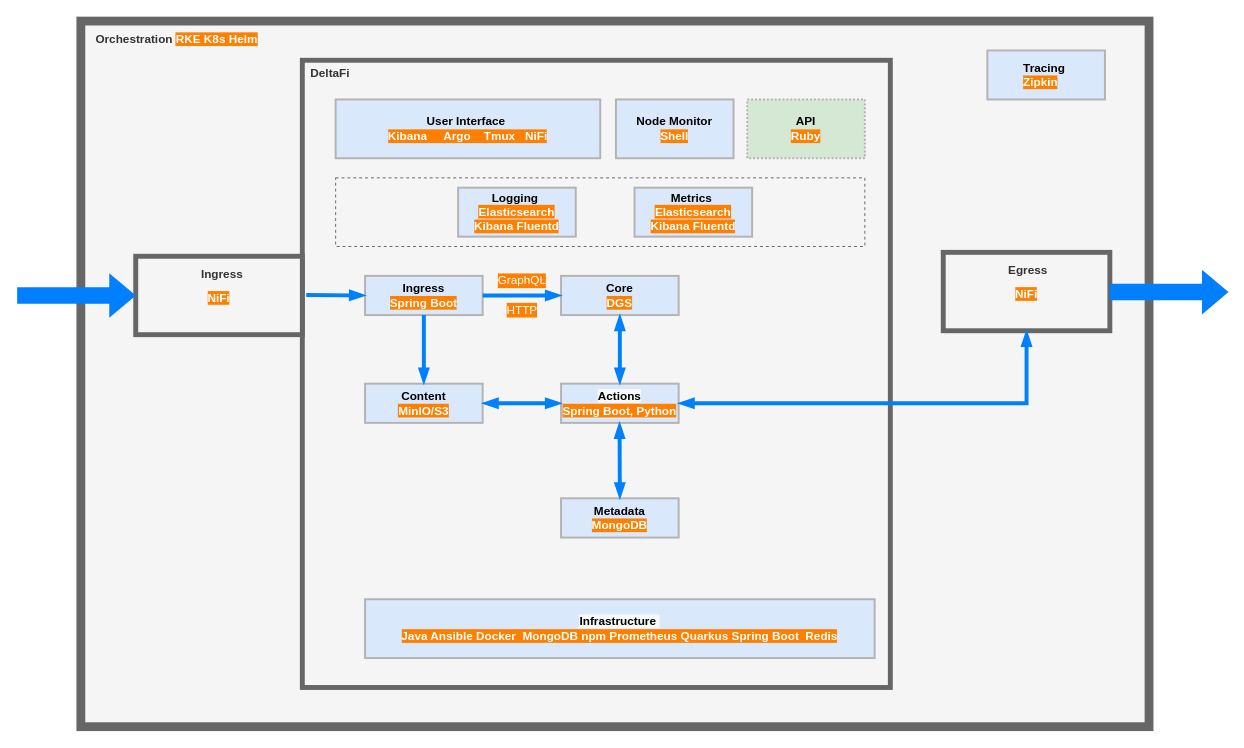
The draw.io diagram deltafi-docs/architecture/TopLevelArchitecture.drawio in deltafi/deltafi, before the edit. Source tidied: cells renumbered, new cells numbered last; positions are measured from the earlier drawing's top-left corner, leaving out a move shared by most shapes. Both pictures are drawn from the tidied source at 98%, with x=0, y=0 at pixel (17, 21).
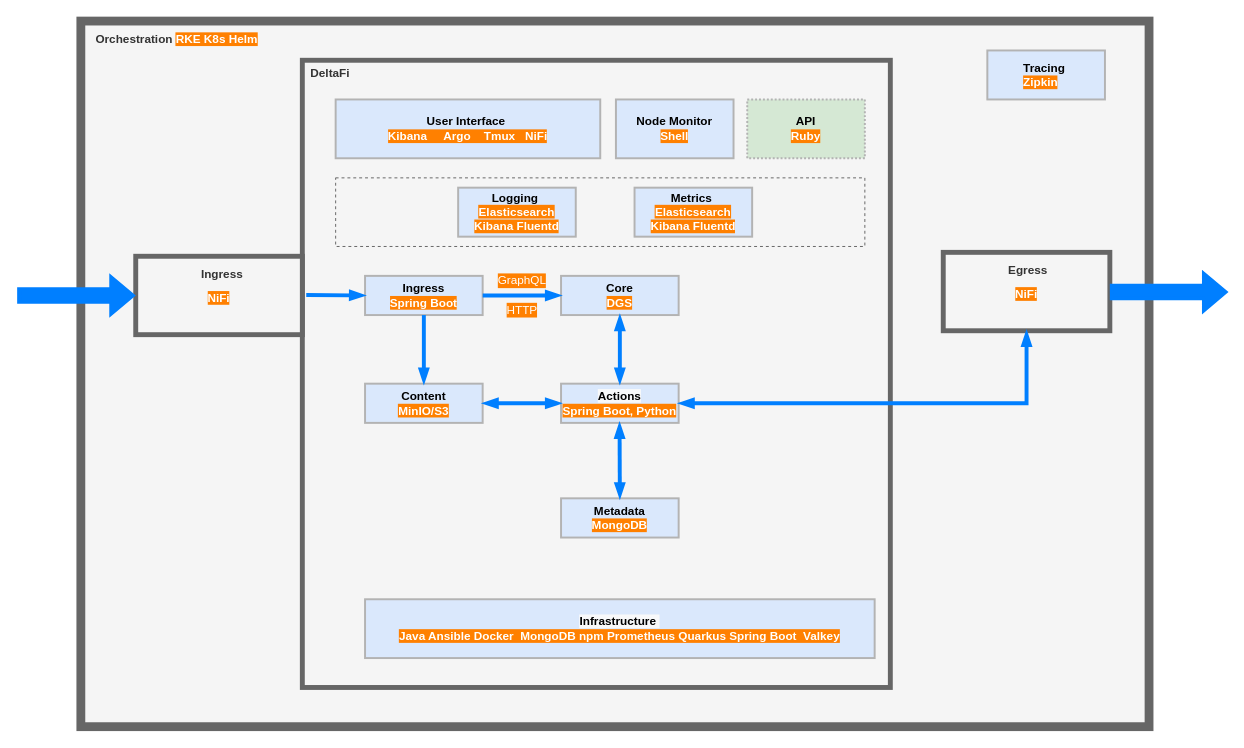
After the change.

What changed in the source:
```diff
@@
-    <mxCell id="23" value="&lt;div&gt;&lt;span style=&quot;background-color: rgb(248 , 249 , 250)&quot;&gt;Infrastructure&amp;nbsp;&lt;/span&gt;&lt;/div&gt;&lt;div&gt;&lt;span style=&quot;background-color: rgb(255 , 128 , 0) ; color: rgb(255 , 255 , 255)&quot;&gt;Java Ansible Docker&amp;nbsp; MongoDB npm Prometheus Quarkus Spring Boot&amp;nbsp; Redis&lt;/span&gt;&lt;br&gt;&lt;/div&gt;" style="rounded=0;whiteSpace=wrap;html=1;strokeWidth=2;fillColor=#dae8fc;fontStyle=1;strokeColor=#B3B3B3;align=center;" parent="1" vertex="1">
+    <mxCell id="23" value="&lt;div&gt;&lt;span style=&quot;background-color: rgb(248 , 249 , 250)&quot;&gt;Infrastructure&amp;nbsp;&lt;/span&gt;&lt;/div&gt;&lt;div&gt;&lt;span style=&quot;background-color: rgb(255 , 128 , 0) ; color: rgb(255 , 255 , 255)&quot;&gt;Java Ansible Docker&amp;nbsp; MongoDB npm Prometheus Quarkus Spring Boot&amp;nbsp; Valkey&lt;/span&gt;&lt;br&gt;&lt;/div&gt;" style="rounded=0;whiteSpace=wrap;html=1;strokeWidth=2;fillColor=#dae8fc;fontStyle=1;strokeColor=#B3B3B3;align=center;" parent="1" vertex="1">
       <mxGeometry x="355" y="590" width="520" height="60" as="geometry" />
     </mxCell>
```
